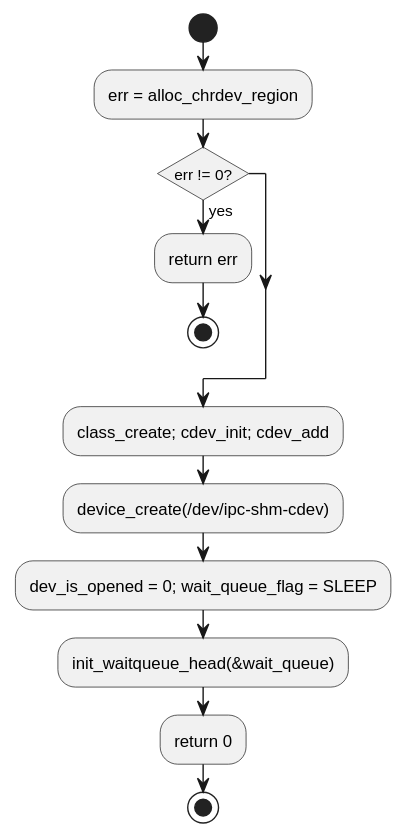
This is c1_sdd_linux-ipcs/cursor_tmp/flow_svgs/linux_6_5_20_ipcsCdevInit.svg from Mastang1/sad_sdd_proj, a PlantUML export, as it was before one commit.
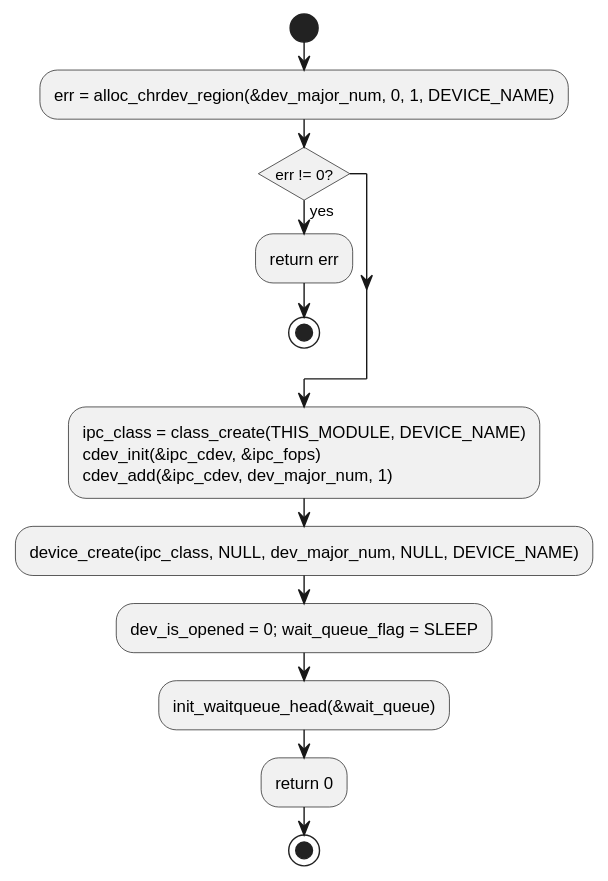
After the change.

What changed in the source:
```diff
@@ -3,13 +3,13 @@
 skinparam conditionStyle insideDiamond
 skinparam linetype ortho
 start
-:err = alloc_chrdev_region;
+:err = alloc_chrdev_region(&dev_major_num, 0, 1, DEVICE_NAME);
 if (err != 0?) then (yes)
   :return err;
-  stop
+stop
 endif
-:class_create; cdev_init; cdev_add;
-:device_create(/dev/ipc-shm-cdev);
+:ipc_class = class_create(THIS_MODULE, DEVICE_NAME)\ncdev_init(&ipc_cdev, &ipc_fops)\ncdev_add(&ipc_cdev, dev_major_num, 1);
+:device_create(ipc_class, NULL, dev_major_num, NULL, DEVICE_NAME);
 :dev_is_opened = 0; wait_queue_flag = SLEEP;
 :init_waitqueue_head(&wait_queue);
 :return 0;
```
